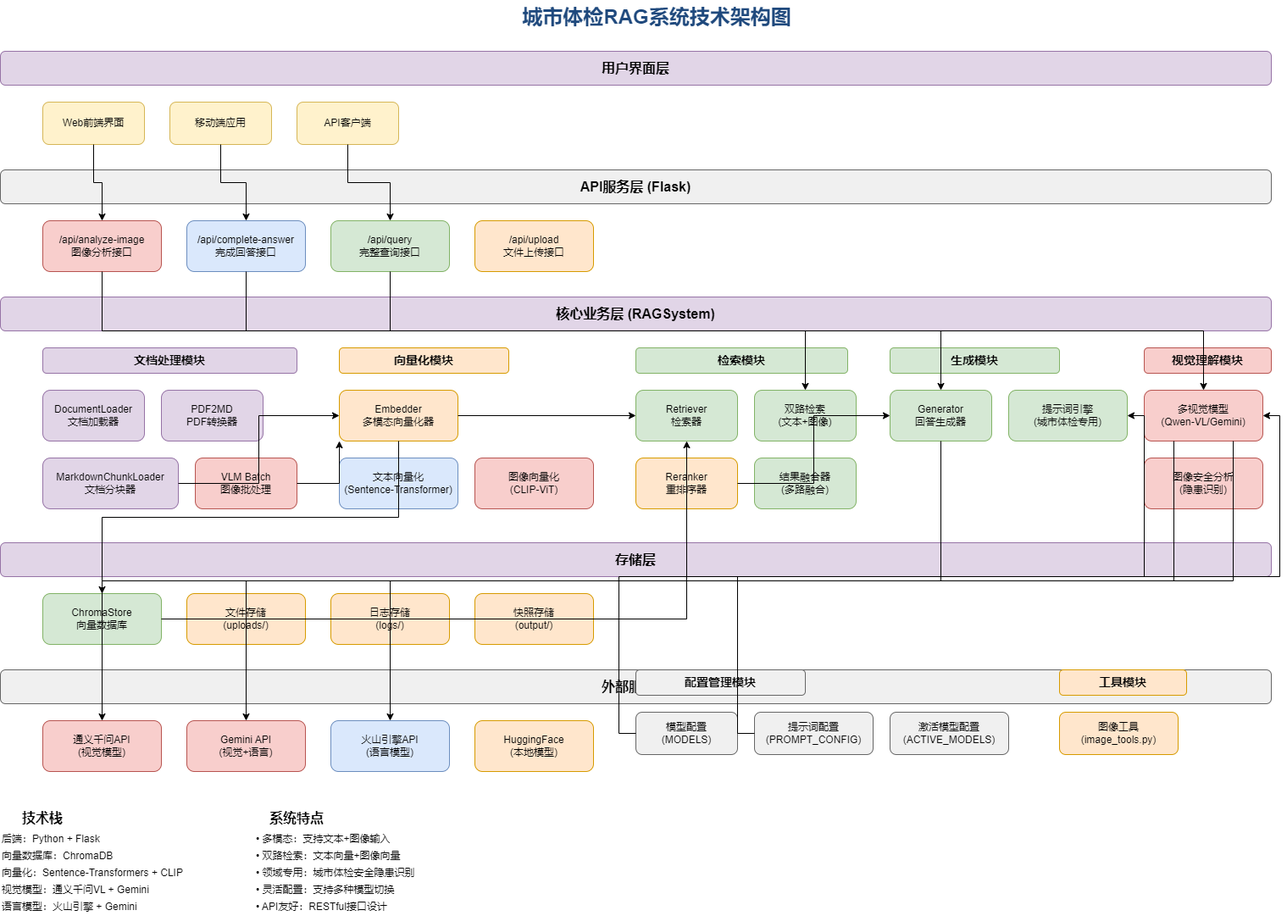
Earlier version of the draw.io export workflow/RAG_Technical_Architecture.png (QRui6/urban-inspection-rag). Source tidied: cells renumbered, new cells last; positions are measured from the earlier drawing's top-left corner, leaving out a move shared by most shapes.
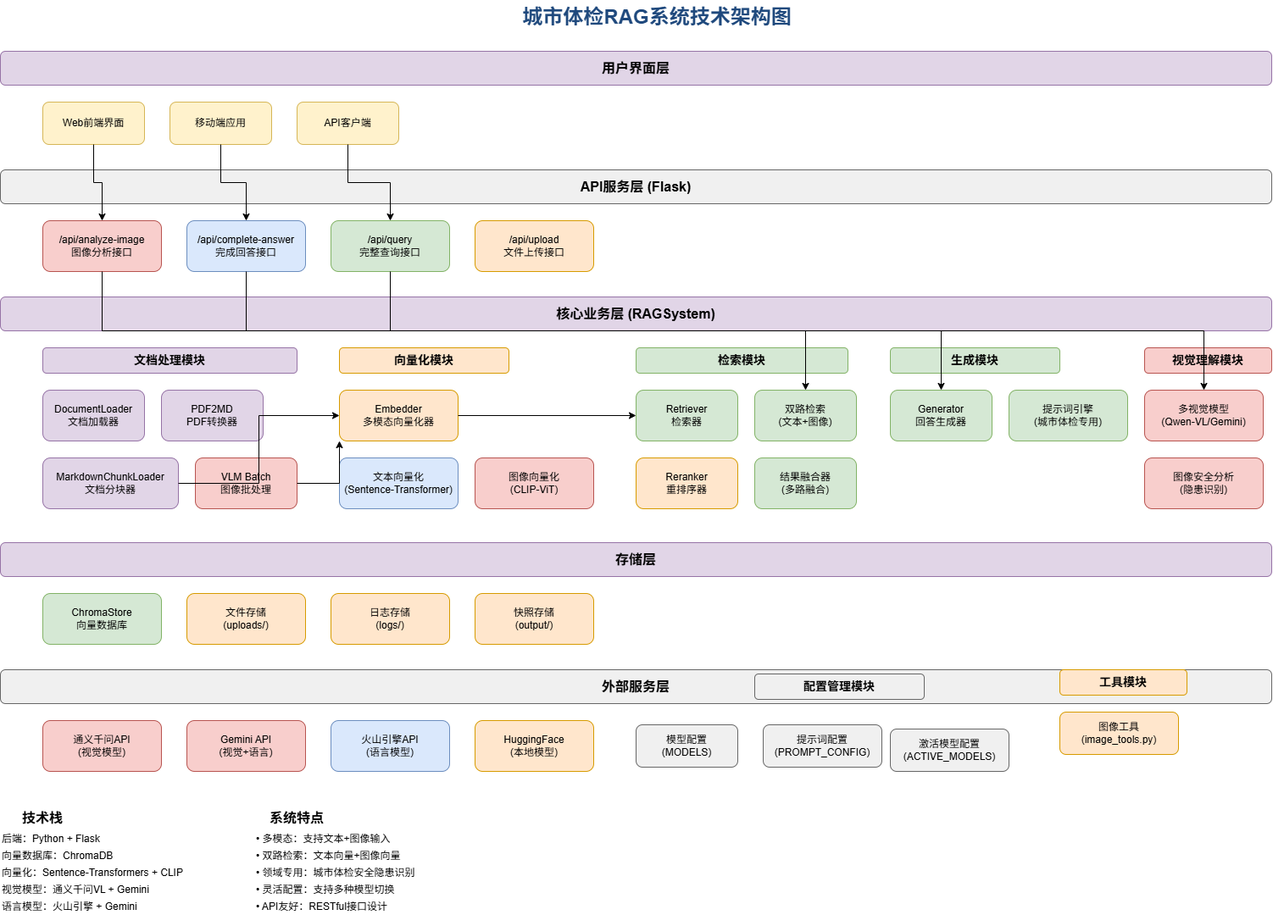
The same file after the commit.

Change to the diagram source:
```diff
@@ -126,16 +126,16 @@
       <mxGeometry x="560" y="850" width="140" height="60" as="geometry" />
     </mxCell>
     <mxCell id="43" value="配置管理模块" style="rounded=1;whiteSpace=wrap;html=1;fontSize=14;fontStyle=1;fillColor=#f0f0f0;strokeColor=#666666;" parent="1" vertex="1">
-      <mxGeometry x="750" y="790" width="200" height="30" as="geometry" />
+      <mxGeometry x="890" y="795" width="200" height="30" as="geometry" />
     </mxCell>
     <mxCell id="44" value="模型配置&#10;(MODELS)" style="rounded=1;whiteSpace=wrap;html=1;fillColor=#f0f0f0;strokeColor=#666666;" parent="1" vertex="1">
-      <mxGeometry x="750" y="840" width="120" height="50" as="geometry" />
+      <mxGeometry x="750" y="855" width="120" height="50" as="geometry" />
     </mxCell>
     <mxCell id="45" value="提示词配置&#10;(PROMPT_CONFIG)" style="rounded=1;whiteSpace=wrap;html=1;fillColor=#f0f0f0;strokeColor=#666666;" parent="1" vertex="1">
-      <mxGeometry x="890" y="840" width="140" height="50" as="geometry" />
+      <mxGeometry x="900" y="855" width="140" height="50" as="geometry" />
     </mxCell>
     <mxCell id="46" value="激活模型配置&#10;(ACTIVE_MODELS)" style="rounded=1;whiteSpace=wrap;html=1;fillColor=#f0f0f0;strokeColor=#666666;" parent="1" vertex="1">
-      <mxGeometry x="1050" y="840" width="140" height="50" as="geometry" />
+      <mxGeometry x="1050" y="860" width="140" height="50" as="geometry" />
     </mxCell>
     <mxCell id="47" value="工具模块" style="rounded=1;whiteSpace=wrap;html=1;fontSize=14;fontStyle=1;fillColor=#ffe6cc;strokeColor=#d79b00;" parent="1" vertex="1">
       <mxGeometry x="1250" y="790" width="150" height="30" as="geometry" />
@@ -170,30 +170,6 @@
     <mxCell id="57" style="edgeStyle=orthogonalEdgeStyle;rounded=0;jettySize=auto;html=1;exitX=1;exitY=0.5;exitDx=0;exitDy=0;entryX=0;entryY=0.5;entryDx=0;entryDy=0;" parent="1" edge="1" source="19" target="23">
       <mxGeometry relative="1" as="geometry" />
     </mxCell>
-    <mxCell id="58" style="edgeStyle=orthogonalEdgeStyle;rounded=0;jettySize=auto;html=1;exitX=1;exitY=0.5;exitDx=0;exitDy=0;entryX=0;entryY=0.5;entryDx=0;entryDy=0;" parent="1" edge="1" source="25" target="28">
-      <mxGeometry relative="1" as="geometry" />
-    </mxCell>
-    <mxCell id="59" style="edgeStyle=orthogonalEdgeStyle;rounded=0;jettySize=auto;html=1;exitX=0.5;exitY=1;exitDx=0;exitDy=0;entryX=0.5;entryY=0;entryDx=0;entryDy=0;" parent="1" edge="1" source="19" target="34">
-      <mxGeometry relative="1" as="geometry" />
-    </mxCell>
-    <mxCell id="60" style="edgeStyle=orthogonalEdgeStyle;rounded=0;jettySize=auto;html=1;exitX=1;exitY=0.5;exitDx=0;exitDy=0;entryX=0.5;entryY=1;entryDx=0;entryDy=0;" parent="1" edge="1" source="34" target="23">
-      <mxGeometry relative="1" as="geometry" />
-    </mxCell>
-    <mxCell id="61" style="edgeStyle=orthogonalEdgeStyle;rounded=0;jettySize=auto;html=1;exitX=0.25;exitY=1;exitDx=0;exitDy=0;entryX=0.5;entryY=0;entryDx=0;entryDy=0;strokeStyle=dashed;" parent="1" edge="1" source="31" target="39">
-      <mxGeometry relative="1" as="geometry" />
-    </mxCell>
-    <mxCell id="62" style="edgeStyle=orthogonalEdgeStyle;rounded=0;jettySize=auto;html=1;exitX=0.75;exitY=1;exitDx=0;exitDy=0;entryX=0.5;entryY=0;entryDx=0;entryDy=0;strokeStyle=dashed;" parent="1" edge="1" source="31" target="40">
-      <mxGeometry relative="1" as="geometry" />
-    </mxCell>
-    <mxCell id="63" style="edgeStyle=orthogonalEdgeStyle;rounded=0;jettySize=auto;html=1;exitX=0.5;exitY=1;exitDx=0;exitDy=0;entryX=0.5;entryY=0;entryDx=0;entryDy=0;strokeStyle=dashed;" parent="1" edge="1" source="28" target="41">
-      <mxGeometry relative="1" as="geometry" />
-    </mxCell>
-    <mxCell id="64" style="edgeStyle=orthogonalEdgeStyle;rounded=0;jettySize=auto;html=1;exitX=0;exitY=0.5;exitDx=0;exitDy=0;entryX=1;entryY=0.5;entryDx=0;entryDy=0;strokeStyle=dotted;" parent="1" edge="1" source="44" target="31">
-      <mxGeometry relative="1" as="geometry" />
-    </mxCell>
-    <mxCell id="65" style="edgeStyle=orthogonalEdgeStyle;rounded=0;jettySize=auto;html=1;exitX=0;exitY=0.5;exitDx=0;exitDy=0;entryX=1;entryY=0.5;entryDx=0;entryDy=0;strokeStyle=dotted;" parent="1" edge="1" source="45" target="29">
-      <mxGeometry relative="1" as="geometry" />
-    </mxCell>
     <mxCell id="66" value="技术栈" style="text;html=1;strokeColor=none;fillColor=none;align=center;verticalAlign=middle;whiteSpace=wrap;rounded=0;fontSize=16;fontStyle=1;" parent="1" vertex="1">
       <mxGeometry y="950" width="100" height="30" as="geometry" />
     </mxCell>
```
